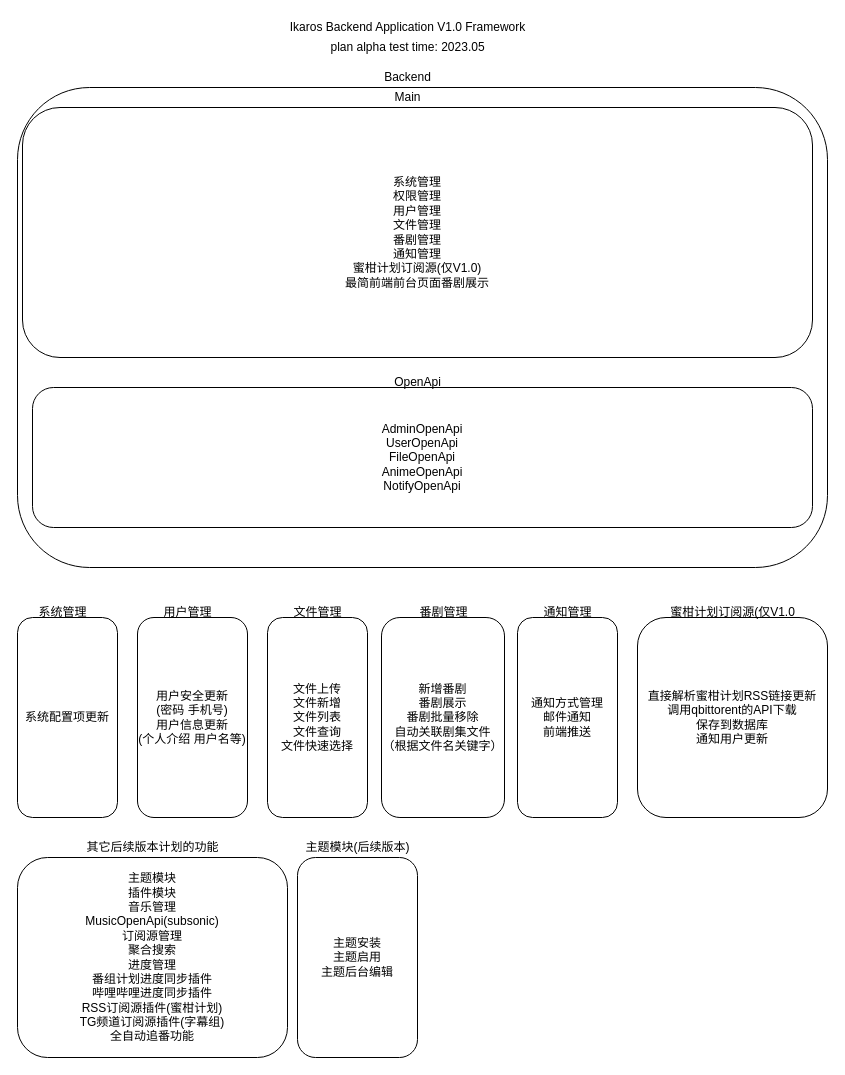
Earlier version of the draw.io diagram docs/design/v1.0/framework.drawio (ikaros-dev/ikaros). Source tidied: cells renumbered, new cells numbered last; positions are measured from the earlier drawing's top-left corner, leaving out a move shared by most shapes. Both pictures are drawn from the tidied source at 100%, with x=0, y=0 at pixel (17, 17).
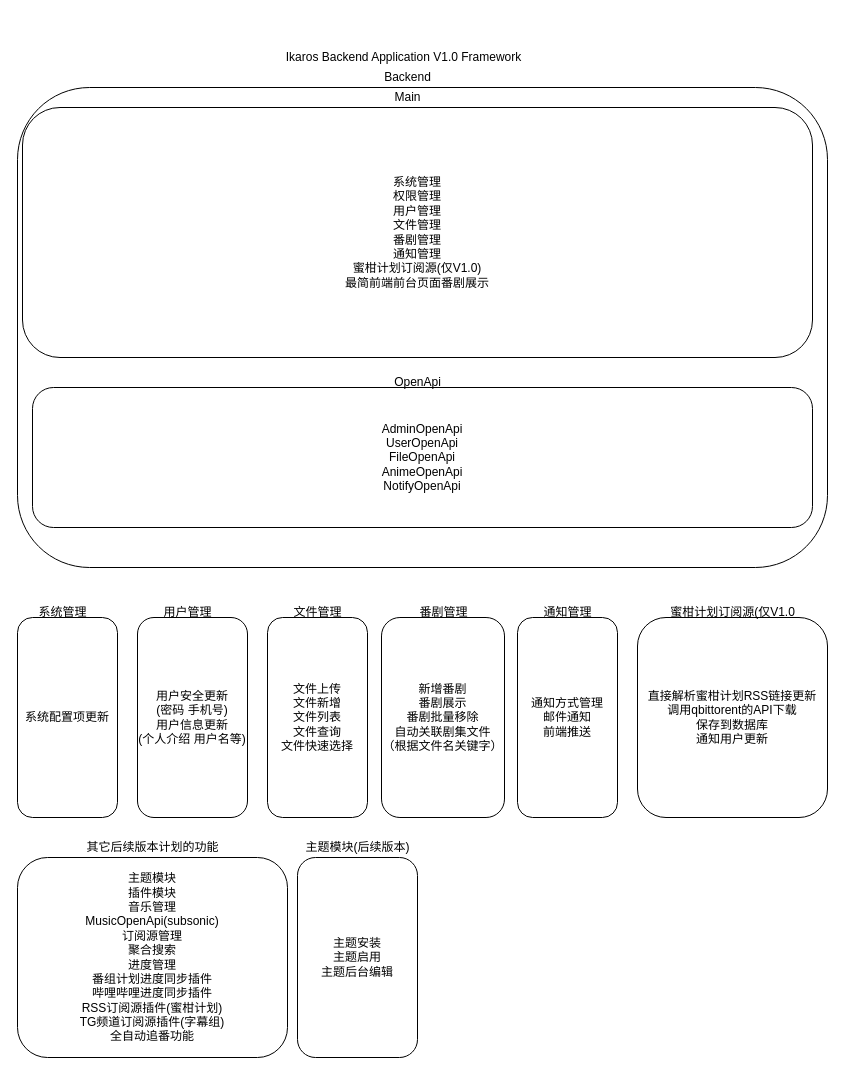
The same diagram, later.

Diff of the diagram source:
```diff
@@
     <mxCell id="4" value="Ikaros Backend Application V1.0 Framework&lt;br&gt;" style="text;html=1;align=center;verticalAlign=middle;strokeColor=none;fillColor=none;" parent="1" vertex="1">
-      <mxGeometry x="265" width="250" height="20" as="geometry" />
+      <mxGeometry x="261" y="30" width="250" height="20" as="geometry" />
     </mxCell>
@@
-    <mxCell id="14" value="plan alpha test time: 2023.05" style="text;html=1;align=center;verticalAlign=middle;strokeColor=none;fillColor=none;" parent="1" vertex="1">
-      <mxGeometry x="305" y="20" width="170" height="20" as="geometry" />
-    </mxCell>
```
